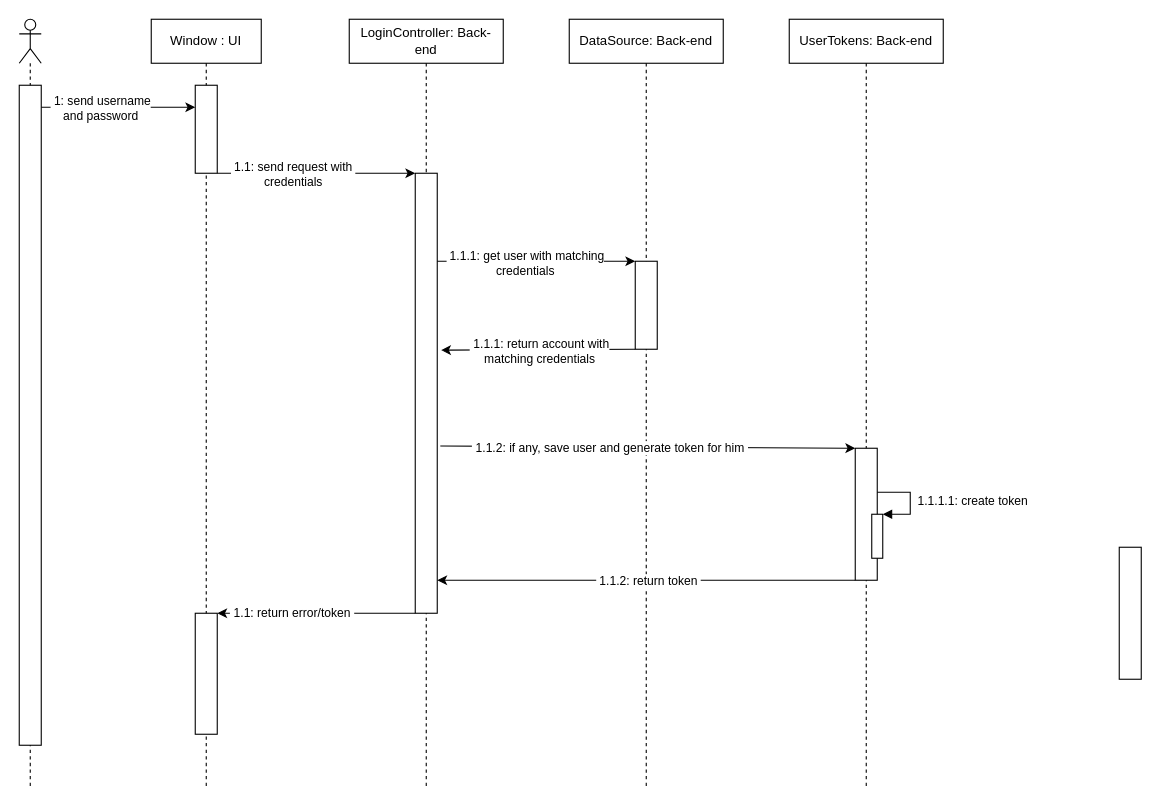
Above: s3_individual_project/s3_login_sequence_giagram.drawio in Gryfin123/diagrams_with_no_context (draw.io), before the change. Source tidied: cells renumbered, new cells numbered last; positions are measured from the earlier drawing's top-left corner, leaving out a move shared by most shapes. Both pictures are drawn from the tidied source at 110%, with x=0, y=0 at pixel (19, 19).
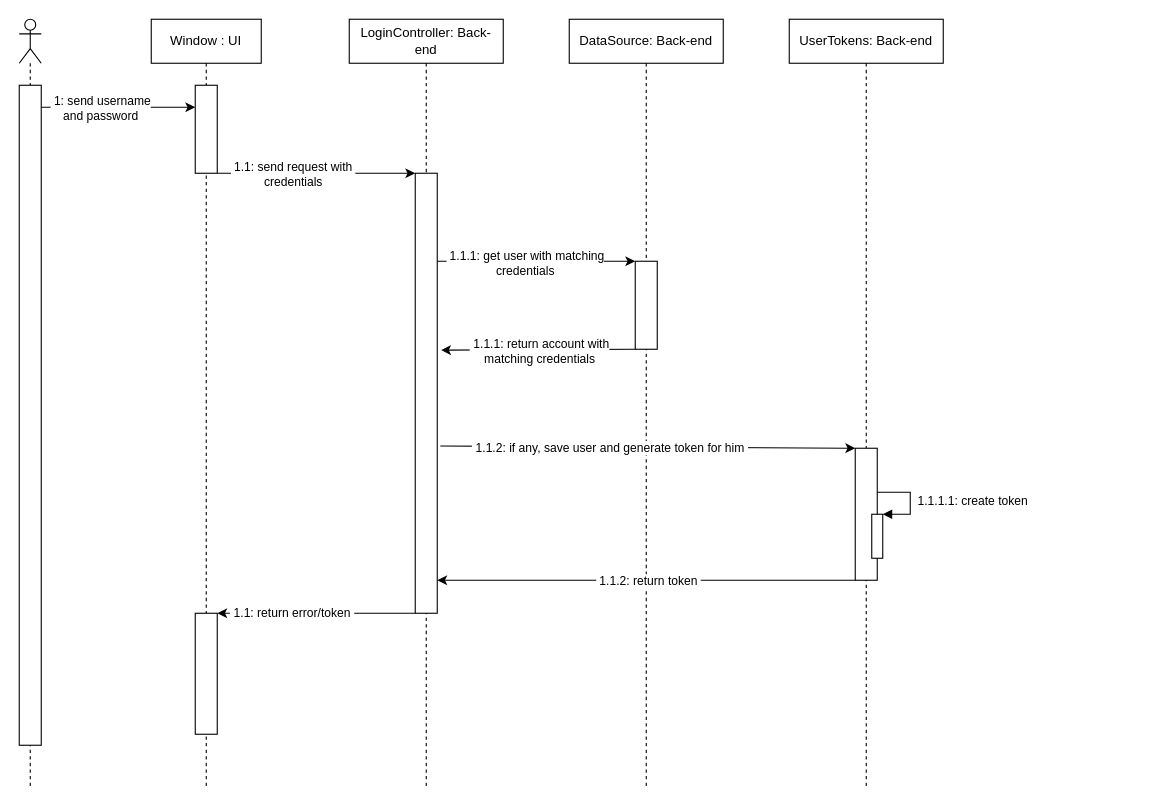
The same diagram, later.

Diff of the diagram source:
```diff
@@
-    <mxCell id="19" style="rounded=0;whiteSpace=wrap;html=1;" parent="1" vertex="1">
-      <mxGeometry x="1000" y="480" width="20" height="120" as="geometry" />
-    </mxCell>
```
